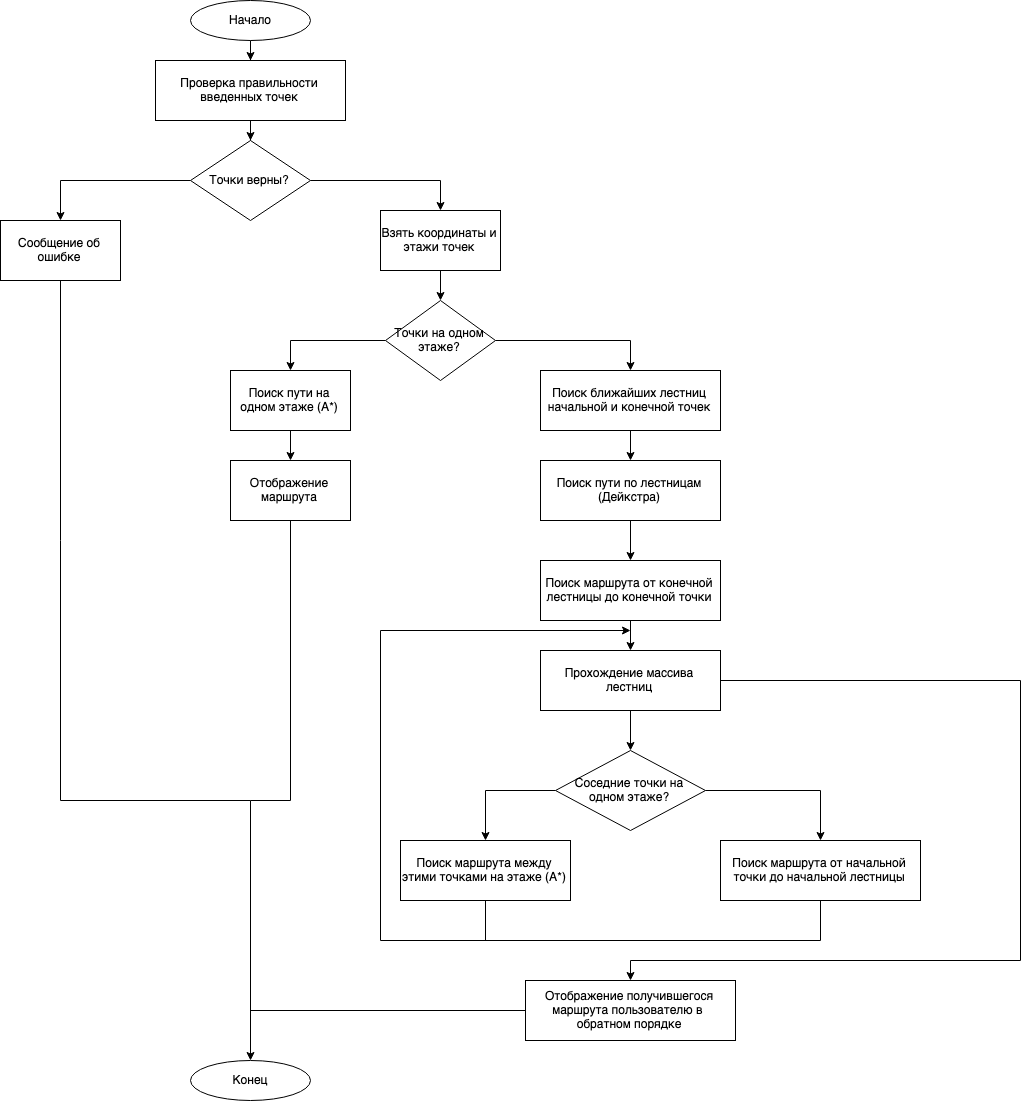
Above: docs/Алгоритм диплом.png in Smet1/AndroidGIS (draw.io), before the change. Source tidied: cells renumbered, new cells last; positions are measured from the earlier drawing's top-left corner, leaving out a move shared by most shapes.
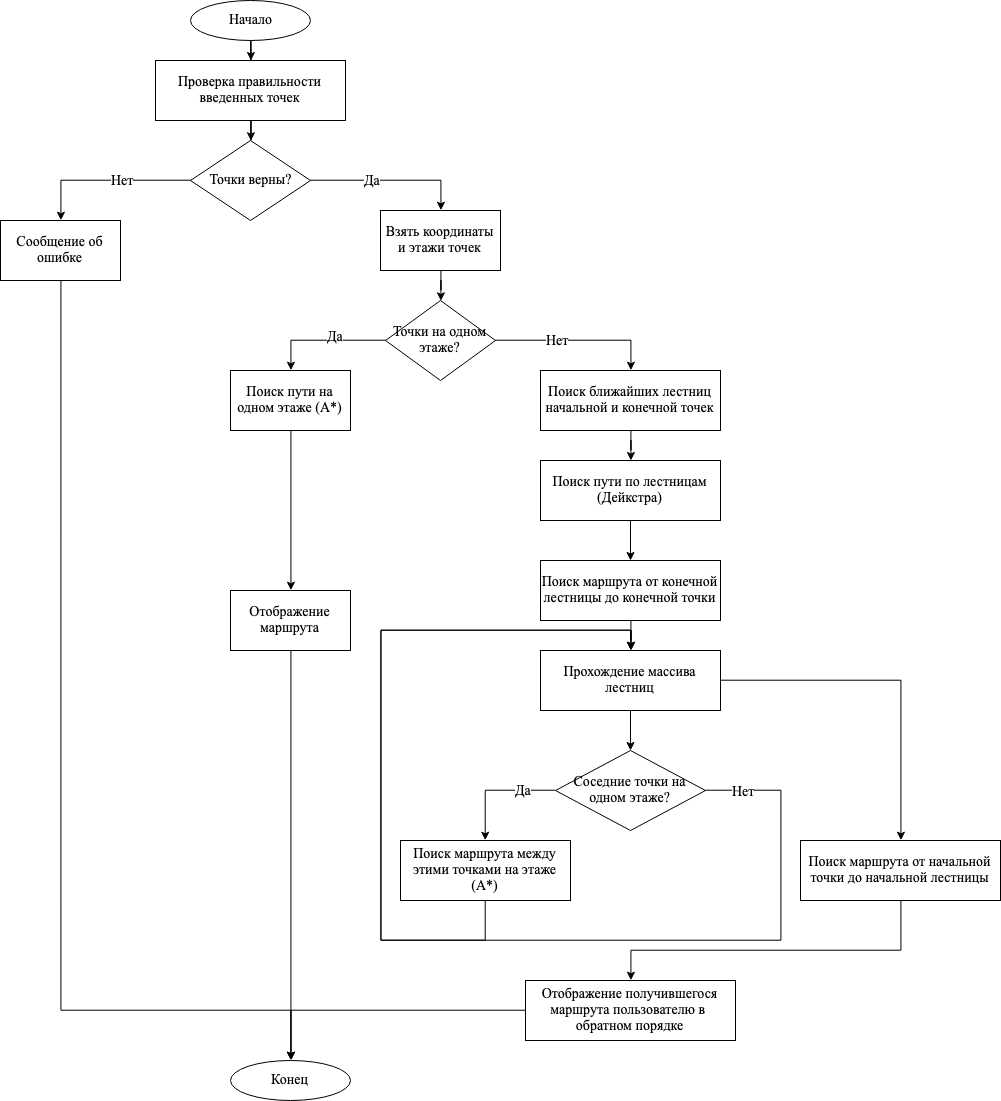
Later version of the same file.

The edit, as a diff of the source:
```diff
@@ -2,143 +2,165 @@
   <root>
     <mxCell id="0" />
     <mxCell id="1" parent="0" />
-    <mxCell id="2" style="edgeStyle=orthogonalEdgeStyle;rounded=0;jettySize=auto;html=1;" parent="1" edge="1" source="3" target="5">
+    <mxCell id="2" style="edgeStyle=orthogonalEdgeStyle;rounded=0;jettySize=auto;html=1;fontFamily=Times New Roman;fontSize=14;" parent="1" edge="1" source="3" target="5">
       <mxGeometry relative="1" as="geometry" />
     </mxCell>
-    <mxCell id="3" value="Начало&lt;br&gt;" style="ellipse;whiteSpace=wrap;html=1;" parent="1" vertex="1">
+    <mxCell id="3" value="Начало&lt;br style=&quot;font-size: 14px;&quot;&gt;" style="ellipse;whiteSpace=wrap;html=1;fontFamily=Times New Roman;fontSize=14;" parent="1" vertex="1">
       <mxGeometry x="190" width="120" height="40" as="geometry" />
     </mxCell>
-    <mxCell id="4" style="edgeStyle=orthogonalEdgeStyle;rounded=0;jettySize=auto;html=1;" parent="1" edge="1" source="5" target="8">
+    <mxCell id="4" style="edgeStyle=orthogonalEdgeStyle;rounded=0;jettySize=auto;html=1;fontFamily=Times New Roman;fontSize=14;" parent="1" edge="1" source="5" target="8">
       <mxGeometry relative="1" as="geometry" />
     </mxCell>
-    <mxCell id="5" value="Проверка правильности введенных точек" style="rounded=0;whiteSpace=wrap;html=1;" parent="1" vertex="1">
+    <mxCell id="5" value="Проверка правильности введенных точек" style="rounded=0;whiteSpace=wrap;html=1;fontFamily=Times New Roman;fontSize=14;" parent="1" vertex="1">
       <mxGeometry x="155" y="60" width="190" height="60" as="geometry" />
     </mxCell>
-    <mxCell id="6" style="edgeStyle=orthogonalEdgeStyle;rounded=0;jettySize=auto;html=1;exitX=0;exitY=0.5;exitDx=0;exitDy=0;entryX=0.5;entryY=0;entryDx=0;entryDy=0;" parent="1" edge="1" source="8" target="9">
+    <mxCell id="6" style="edgeStyle=orthogonalEdgeStyle;rounded=0;jettySize=auto;html=1;exitX=0;exitY=0.5;exitDx=0;exitDy=0;entryX=0.5;entryY=0;entryDx=0;entryDy=0;fontFamily=Times New Roman;fontSize=14;" parent="1" edge="1" source="8" target="9">
       <mxGeometry relative="1" as="geometry" />
     </mxCell>
+    <mxCell id="39" value="Нет" style="text;html=1;align=center;verticalAlign=middle;labelBackgroundColor=#ffffff;fontFamily=Times New Roman;fontSize=14;" parent="6" vertex="1">
+      <mxGeometry x="-0.15" y="4" relative="1" as="geometry">
+        <mxPoint x="2" y="-4" as="offset" />
+      </mxGeometry>
+    </mxCell>
-    <mxCell id="7" style="edgeStyle=orthogonalEdgeStyle;rounded=0;jettySize=auto;html=1;entryX=0.5;entryY=0;entryDx=0;entryDy=0;" parent="1" edge="1" source="8" target="12">
+    <mxCell id="7" style="edgeStyle=orthogonalEdgeStyle;rounded=0;jettySize=auto;html=1;entryX=0.5;entryY=0;entryDx=0;entryDy=0;fontFamily=Times New Roman;fontSize=14;" parent="1" edge="1" source="8" target="12">
       <mxGeometry relative="1" as="geometry" />
     </mxCell>
+    <mxCell id="40" value="Да" style="text;html=1;align=center;verticalAlign=middle;labelBackgroundColor=#ffffff;fontFamily=Times New Roman;fontSize=14;" parent="7" vertex="1">
+      <mxGeometry x="-0.24" relative="1" as="geometry" />
+    </mxCell>
-    <mxCell id="8" value="Точки верны?" style="rhombus;whiteSpace=wrap;html=1;" parent="1" vertex="1">
+    <mxCell id="8" value="Точки верны?" style="rhombus;whiteSpace=wrap;html=1;fontFamily=Times New Roman;fontSize=14;" parent="1" vertex="1">
       <mxGeometry x="190" y="140" width="120" height="80" as="geometry" />
     </mxCell>
+    <mxCell id="41" style="edgeStyle=orthogonalEdgeStyle;rounded=0;jettySize=auto;html=1;exitX=0.5;exitY=1;exitDx=0;exitDy=0;entryX=0.5;entryY=0;entryDx=0;entryDy=0;fontFamily=Times New Roman;fontSize=14;" parent="1" edge="1" source="9" target="10">
+      <mxGeometry relative="1" as="geometry">
+        <Array as="points">
+          <mxPoint x="60" y="1010" />
+          <mxPoint x="290" y="1010" />
+        </Array>
+      </mxGeometry>
+    </mxCell>
-    <mxCell id="9" value="Сообщение об ошибке" style="rounded=0;whiteSpace=wrap;html=1;" parent="1" vertex="1">
+    <mxCell id="9" value="Сообщение об ошибке" style="rounded=0;whiteSpace=wrap;html=1;fontFamily=Times New Roman;fontSize=14;" parent="1" vertex="1">
       <mxGeometry y="220" width="120" height="60" as="geometry" />
     </mxCell>
-    <mxCell id="10" value="Конец&lt;br&gt;" style="ellipse;whiteSpace=wrap;html=1;" parent="1" vertex="1">
-      <mxGeometry x="190" y="1060" width="120" height="40" as="geometry" />
+    <mxCell id="10" value="Конец&lt;br style=&quot;font-size: 14px;&quot;&gt;" style="ellipse;whiteSpace=wrap;html=1;fontFamily=Times New Roman;fontSize=14;" parent="1" vertex="1">
+      <mxGeometry x="230" y="1060" width="120" height="40" as="geometry" />
     </mxCell>
-    <mxCell id="11" style="edgeStyle=orthogonalEdgeStyle;rounded=0;jettySize=auto;html=1;" parent="1" edge="1" source="12" target="15">
+    <mxCell id="11" style="edgeStyle=orthogonalEdgeStyle;rounded=0;jettySize=auto;html=1;fontFamily=Times New Roman;fontSize=14;" parent="1" edge="1" source="12" target="15">
       <mxGeometry relative="1" as="geometry" />
     </mxCell>
-    <mxCell id="12" value="Взять координаты и этажи точек" style="rounded=0;whiteSpace=wrap;html=1;" parent="1" vertex="1">
+    <mxCell id="12" value="Взять координаты и этажи точек" style="rounded=0;whiteSpace=wrap;html=1;fontFamily=Times New Roman;fontSize=14;" parent="1" vertex="1">
       <mxGeometry x="380" y="210" width="120" height="60" as="geometry" />
     </mxCell>
-    <mxCell id="13" style="edgeStyle=orthogonalEdgeStyle;rounded=0;jettySize=auto;html=1;entryX=0.5;entryY=0;entryDx=0;entryDy=0;" parent="1" edge="1" source="15" target="17">
+    <mxCell id="13" style="edgeStyle=orthogonalEdgeStyle;rounded=0;jettySize=auto;html=1;entryX=0.5;entryY=0;entryDx=0;entryDy=0;fontFamily=Times New Roman;fontSize=14;" parent="1" edge="1" source="15" target="17">
       <mxGeometry relative="1" as="geometry" />
     </mxCell>
+    <mxCell id="42" value="Да" style="text;html=1;align=center;verticalAlign=middle;labelBackgroundColor=#ffffff;fontFamily=Times New Roman;fontSize=14;" parent="13" vertex="1">
+      <mxGeometry x="-0.17" y="-4" relative="1" as="geometry" />
+    </mxCell>
-    <mxCell id="14" style="edgeStyle=orthogonalEdgeStyle;rounded=0;jettySize=auto;html=1;entryX=0.5;entryY=0;entryDx=0;entryDy=0;strokeColor=#000000;" parent="1" edge="1" source="15" target="21">
+    <mxCell id="14" style="edgeStyle=orthogonalEdgeStyle;rounded=0;jettySize=auto;html=1;entryX=0.5;entryY=0;entryDx=0;entryDy=0;strokeColor=#000000;fontFamily=Times New Roman;fontSize=14;" parent="1" edge="1" source="15" target="21">
       <mxGeometry relative="1" as="geometry" />
     </mxCell>
+    <mxCell id="43" value="Нет" style="text;html=1;align=center;verticalAlign=middle;labelBackgroundColor=#ffffff;fontFamily=Times New Roman;fontSize=14;" parent="14" vertex="1">
+      <mxGeometry x="-0.26" relative="1" as="geometry" />
+    </mxCell>
-    <mxCell id="15" value="Точки на одном этаже?&lt;br&gt;" style="rhombus;whiteSpace=wrap;html=1;" parent="1" vertex="1">
+    <mxCell id="15" value="Точки на одном этаже?&lt;br style=&quot;font-size: 14px;&quot;&gt;" style="rhombus;whiteSpace=wrap;html=1;fontFamily=Times New Roman;fontSize=14;" parent="1" vertex="1">
       <mxGeometry x="385" y="300" width="110" height="80" as="geometry" />
     </mxCell>
-    <mxCell id="16" style="edgeStyle=orthogonalEdgeStyle;rounded=0;jettySize=auto;html=1;exitX=0.5;exitY=1;exitDx=0;exitDy=0;entryX=0.5;entryY=0;entryDx=0;entryDy=0;" parent="1" edge="1" source="17" target="19">
+    <mxCell id="16" style="edgeStyle=orthogonalEdgeStyle;rounded=0;jettySize=auto;html=1;exitX=0.5;exitY=1;exitDx=0;exitDy=0;entryX=0.5;entryY=0;entryDx=0;entryDy=0;fontFamily=Times New Roman;fontSize=14;" parent="1" edge="1" source="17" target="19">
       <mxGeometry relative="1" as="geometry" />
     </mxCell>
-    <mxCell id="17" value="Поиск пути на одном этаже (А*)" style="rounded=0;whiteSpace=wrap;html=1;" parent="1" vertex="1">
+    <mxCell id="17" value="Поиск пути на одном этаже (А*)" style="rounded=0;whiteSpace=wrap;html=1;fontFamily=Times New Roman;fontSize=14;" parent="1" vertex="1">
       <mxGeometry x="230" y="370" width="120" height="60" as="geometry" />
     </mxCell>
-    <mxCell id="18" style="edgeStyle=orthogonalEdgeStyle;rounded=0;jettySize=auto;html=1;entryX=0.5;entryY=0;entryDx=0;entryDy=0;" parent="1" edge="1" source="19" target="10">
+    <mxCell id="18" style="edgeStyle=orthogonalEdgeStyle;rounded=0;jettySize=auto;html=1;entryX=0.5;entryY=0;entryDx=0;entryDy=0;fontFamily=Times New Roman;fontSize=14;" parent="1" edge="1" source="19" target="10">
       <mxGeometry relative="1" as="geometry">
         <Array as="points">
-          <mxPoint x="290" y="800" />
-          <mxPoint x="250" y="800" />
+          <mxPoint x="290" y="1060" />
         </Array>
       </mxGeometry>
     </mxCell>
-    <mxCell id="19" value="Отображение маршрута" style="rounded=0;whiteSpace=wrap;html=1;" parent="1" vertex="1">
-      <mxGeometry x="230" y="460" width="120" height="60" as="geometry" />
+    <mxCell id="19" value="Отображение маршрута" style="rounded=0;whiteSpace=wrap;html=1;fontFamily=Times New Roman;fontSize=14;" parent="1" vertex="1">
+      <mxGeometry x="230" y="590" width="120" height="60" as="geometry" />
     </mxCell>
-    <mxCell id="20" style="edgeStyle=orthogonalEdgeStyle;rounded=0;jettySize=auto;html=1;strokeColor=#000000;" parent="1" edge="1" source="21" target="23">
+    <mxCell id="20" style="edgeStyle=orthogonalEdgeStyle;rounded=0;jettySize=auto;html=1;strokeColor=#000000;fontFamily=Times New Roman;fontSize=14;" parent="1" edge="1" source="21" target="23">
       <mxGeometry relative="1" as="geometry" />
     </mxCell>
-    <mxCell id="21" value="Поиск ближайших лестниц начальной и конечной точек" style="rounded=0;whiteSpace=wrap;html=1;" parent="1" vertex="1">
+    <mxCell id="21" value="Поиск ближайших лестниц начальной и конечной точек" style="rounded=0;whiteSpace=wrap;html=1;fontFamily=Times New Roman;fontSize=14;" parent="1" vertex="1">
       <mxGeometry x="540" y="370" width="180" height="60" as="geometry" />
     </mxCell>
-    <mxCell id="22" style="edgeStyle=orthogonalEdgeStyle;rounded=0;jettySize=auto;html=1;strokeColor=#000000;" parent="1" edge="1" source="23" target="25">
+    <mxCell id="22" style="edgeStyle=orthogonalEdgeStyle;rounded=0;jettySize=auto;html=1;strokeColor=#000000;fontFamily=Times New Roman;fontSize=14;" parent="1" edge="1" source="23" target="25">
       <mxGeometry relative="1" as="geometry" />
     </mxCell>
-    <mxCell id="23" value="Поиск пути по лестницам (Дейкстра)" style="rounded=0;whiteSpace=wrap;html=1;" parent="1" vertex="1">
+    <mxCell id="23" value="Поиск пути по лестницам (Дейкстра)" style="rounded=0;whiteSpace=wrap;html=1;fontFamily=Times New Roman;fontSize=14;" parent="1" vertex="1">
       <mxGeometry x="540" y="460" width="180" height="60" as="geometry" />
     </mxCell>
-    <mxCell id="24" style="edgeStyle=orthogonalEdgeStyle;rounded=0;jettySize=auto;html=1;strokeColor=#000000;" parent="1" edge="1" source="25" target="28">
+    <mxCell id="24" style="edgeStyle=orthogonalEdgeStyle;rounded=0;jettySize=auto;html=1;strokeColor=#000000;fontFamily=Times New Roman;fontSize=14;" parent="1" edge="1" source="25" target="28">
       <mxGeometry relative="1" as="geometry" />
     </mxCell>
-    <mxCell id="25" value="Поиск маршрута от конечной лестницы до конечной точки" style="rounded=0;whiteSpace=wrap;html=1;" parent="1" vertex="1">
+    <mxCell id="25" value="Поиск маршрута от конечной лестницы до конечной точки" style="rounded=0;whiteSpace=wrap;html=1;fontFamily=Times New Roman;fontSize=14;" parent="1" vertex="1">
       <mxGeometry x="540" y="560" width="180" height="60" as="geometry" />
     </mxCell>
-    <mxCell id="26" style="edgeStyle=orthogonalEdgeStyle;rounded=0;jettySize=auto;html=1;strokeColor=#000000;" parent="1" edge="1" source="28" target="31">
+    <mxCell id="26" style="edgeStyle=orthogonalEdgeStyle;rounded=0;jettySize=auto;html=1;strokeColor=#000000;fontFamily=Times New Roman;fontSize=14;" parent="1" edge="1" source="28" target="31">
       <mxGeometry relative="1" as="geometry" />
     </mxCell>
-    <mxCell id="27" style="edgeStyle=orthogonalEdgeStyle;rounded=0;jettySize=auto;html=1;entryX=0.5;entryY=0;entryDx=0;entryDy=0;endArrow=classic;endFill=1;strokeColor=#000000;" parent="1" edge="1" source="28" target="37">
-      <mxGeometry relative="1" as="geometry">
-        <Array as="points">
-          <mxPoint x="1020" y="680" />
-          <mxPoint x="1020" y="960" />
-          <mxPoint x="630" y="960" />
-        </Array>
-      </mxGeometry>
-    </mxCell>
+    <mxCell id="44" style="edgeStyle=orthogonalEdgeStyle;rounded=0;jettySize=auto;html=1;exitX=1;exitY=0.5;exitDx=0;exitDy=0;entryX=0.5;entryY=0;entryDx=0;entryDy=0;fontFamily=Times New Roman;fontSize=14;" parent="1" edge="1" source="28" target="35">
+      <mxGeometry relative="1" as="geometry" />
+    </mxCell>
-    <mxCell id="28" value="Прохождение массива лестниц" style="rounded=0;whiteSpace=wrap;html=1;" parent="1" vertex="1">
+    <mxCell id="28" value="Прохождение массива лестниц" style="rounded=0;whiteSpace=wrap;html=1;fontFamily=Times New Roman;fontSize=14;" parent="1" vertex="1">
       <mxGeometry x="540" y="650" width="180" height="60" as="geometry" />
     </mxCell>
-    <mxCell id="29" style="edgeStyle=orthogonalEdgeStyle;rounded=0;jettySize=auto;html=1;exitX=0;exitY=0.5;exitDx=0;exitDy=0;entryX=0.5;entryY=0;entryDx=0;entryDy=0;strokeColor=#000000;" parent="1" edge="1" source="31" target="33">
+    <mxCell id="29" style="edgeStyle=orthogonalEdgeStyle;rounded=0;jettySize=auto;html=1;exitX=0;exitY=0.5;exitDx=0;exitDy=0;entryX=0.5;entryY=0;entryDx=0;entryDy=0;strokeColor=#000000;fontFamily=Times New Roman;fontSize=14;" parent="1" edge="1" source="31" target="33">
       <mxGeometry relative="1" as="geometry" />
     </mxCell>
-    <mxCell id="30" style="edgeStyle=orthogonalEdgeStyle;rounded=0;jettySize=auto;html=1;exitX=1;exitY=0.5;exitDx=0;exitDy=0;entryX=0.5;entryY=0;entryDx=0;entryDy=0;strokeColor=#000000;" parent="1" edge="1" source="31" target="35">
-      <mxGeometry relative="1" as="geometry" />
-    </mxCell>
+    <mxCell id="45" value="Да" style="text;html=1;align=center;verticalAlign=middle;labelBackgroundColor=#ffffff;fontFamily=Times New Roman;fontSize=14;" parent="29" vertex="1">
+      <mxGeometry x="-0.45" relative="1" as="geometry" />
+    </mxCell>
+    <mxCell id="46" style="edgeStyle=orthogonalEdgeStyle;rounded=0;jettySize=auto;html=1;exitX=1;exitY=0.5;exitDx=0;exitDy=0;entryX=0.5;entryY=0;entryDx=0;entryDy=0;fontFamily=Times New Roman;fontSize=14;" parent="1" edge="1" source="31" target="28">
+      <mxGeometry relative="1" as="geometry">
+        <Array as="points">
+          <mxPoint x="780" y="790" />
+          <mxPoint x="780" y="940" />
+          <mxPoint x="380" y="940" />
+          <mxPoint x="380" y="630" />
+          <mxPoint x="630" y="630" />
+        </Array>
+      </mxGeometry>
+    </mxCell>
+    <mxCell id="47" value="Нет" style="text;html=1;align=center;verticalAlign=middle;labelBackgroundColor=#ffffff;fontSize=14;fontFamily=Times New Roman;" parent="46" vertex="1">
+      <mxGeometry x="-0.94" y="-1" relative="1" as="geometry" />
+    </mxCell>
-    <mxCell id="31" value="Соседние точки на одном этаже?" style="rhombus;whiteSpace=wrap;html=1;" parent="1" vertex="1">
+    <mxCell id="31" value="Соседние точки на одном этаже?" style="rhombus;whiteSpace=wrap;html=1;fontFamily=Times New Roman;fontSize=14;" parent="1" vertex="1">
       <mxGeometry x="555" y="750" width="150" height="80" as="geometry" />
     </mxCell>
-    <mxCell id="32" style="edgeStyle=orthogonalEdgeStyle;rounded=0;jettySize=auto;html=1;exitX=0.5;exitY=1;exitDx=0;exitDy=0;strokeColor=#000000;endArrow=none;endFill=0;" parent="1" edge="1" source="33">
-      <mxGeometry relative="1" as="geometry">
-        <mxPoint x="480" y="940" as="targetPoint" />
-        <Array as="points">
-          <mxPoint x="485" y="940" />
-        </Array>
-      </mxGeometry>
-    </mxCell>
+    <mxCell id="48" style="edgeStyle=orthogonalEdgeStyle;rounded=0;jettySize=auto;html=1;exitX=0.5;exitY=1;exitDx=0;exitDy=0;entryX=0.5;entryY=0;entryDx=0;entryDy=0;fontFamily=Times New Roman;fontSize=14;" parent="1" edge="1" source="33" target="28">
+      <mxGeometry relative="1" as="geometry">
+        <Array as="points">
+          <mxPoint x="485" y="940" />
+          <mxPoint x="380" y="940" />
+          <mxPoint x="380" y="630" />
+          <mxPoint x="630" y="630" />
+        </Array>
+      </mxGeometry>
+    </mxCell>
-    <mxCell id="33" value="Поиск маршрута между этими точками на этаже (А*)" style="rounded=0;whiteSpace=wrap;html=1;" parent="1" vertex="1">
+    <mxCell id="33" value="Поиск маршрута между этими точками на этаже (А*)" style="rounded=0;whiteSpace=wrap;html=1;fontFamily=Times New Roman;fontSize=14;" parent="1" vertex="1">
       <mxGeometry x="400" y="840" width="170" height="60" as="geometry" />
     </mxCell>
-    <mxCell id="34" style="edgeStyle=orthogonalEdgeStyle;rounded=0;jettySize=auto;html=1;exitX=0.5;exitY=1;exitDx=0;exitDy=0;strokeColor=#000000;" parent="1" edge="1" source="35">
-      <mxGeometry relative="1" as="geometry">
-        <mxPoint x="630" y="630" as="targetPoint" />
-        <Array as="points">
-          <mxPoint x="820" y="940" />
-          <mxPoint x="380" y="940" />
-          <mxPoint x="380" y="630" />
-        </Array>
-      </mxGeometry>
-    </mxCell>
+    <mxCell id="49" style="edgeStyle=orthogonalEdgeStyle;rounded=0;jettySize=auto;html=1;exitX=0.5;exitY=1;exitDx=0;exitDy=0;entryX=0.5;entryY=0;entryDx=0;entryDy=0;fontFamily=Times New Roman;fontSize=14;" parent="1" edge="1" source="35" target="37">
+      <mxGeometry relative="1" as="geometry">
+        <Array as="points">
+          <mxPoint x="900" y="950" />
+          <mxPoint x="630" y="950" />
+        </Array>
+      </mxGeometry>
+    </mxCell>
-    <mxCell id="35" value="Поиск маршрута от начальной точки до начальной лестницы" style="rounded=0;whiteSpace=wrap;html=1;" parent="1" vertex="1">
-      <mxGeometry x="720" y="840" width="200" height="60" as="geometry" />
+    <mxCell id="35" value="Поиск маршрута от начальной точки до начальной лестницы" style="rounded=0;whiteSpace=wrap;html=1;fontFamily=Times New Roman;fontSize=14;" parent="1" vertex="1">
+      <mxGeometry x="800" y="840" width="200" height="60" as="geometry" />
     </mxCell>
-    <mxCell id="36" style="edgeStyle=orthogonalEdgeStyle;rounded=0;jettySize=auto;html=1;endArrow=none;endFill=0;strokeColor=#000000;" parent="1" edge="1" source="37">
-      <mxGeometry relative="1" as="geometry">
-        <mxPoint x="250" y="1010" as="targetPoint" />
-      </mxGeometry>
-    </mxCell>
+    <mxCell id="50" style="edgeStyle=orthogonalEdgeStyle;rounded=0;jettySize=auto;html=1;exitX=0;exitY=0.5;exitDx=0;exitDy=0;entryX=0.5;entryY=0;entryDx=0;entryDy=0;fontFamily=Times New Roman;fontSize=14;" parent="1" edge="1" source="37" target="10">
+      <mxGeometry relative="1" as="geometry" />
+    </mxCell>
-    <mxCell id="37" value="Отображение получившегося маршрута пользователю в&amp;nbsp; обратном порядке" style="rounded=0;whiteSpace=wrap;html=1;" parent="1" vertex="1">
+    <mxCell id="37" value="Отображение получившегося маршрута пользователю в&amp;nbsp; обратном порядке" style="rounded=0;whiteSpace=wrap;html=1;fontFamily=Times New Roman;fontSize=14;" parent="1" vertex="1">
       <mxGeometry x="525" y="980" width="210" height="60" as="geometry" />
     </mxCell>
-    <mxCell id="38" style="endArrow=none;html=1;entryX=0.5;entryY=1;entryDx=0;entryDy=0;rounded=0;strokeColor=#000000;edgeStyle=orthogonalEdgeStyle;" parent="1" edge="1" target="9">
-      <mxGeometry relative="1" as="geometry">
-        <mxPoint x="250" y="800" as="sourcePoint" />
-      </mxGeometry>
-    </mxCell>
   </root>
 </mxGraphModel>
```
